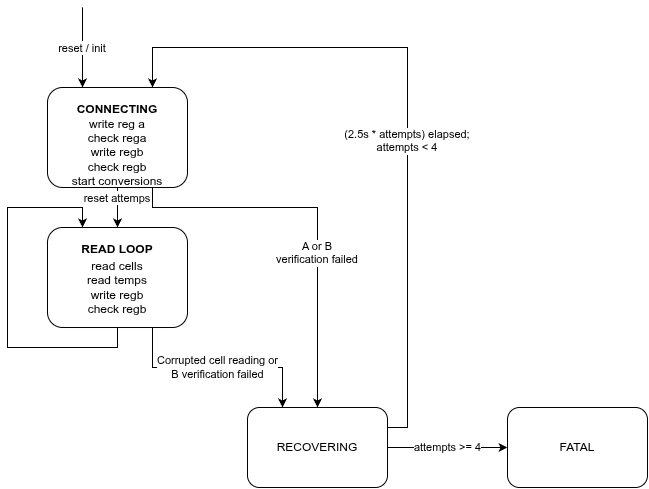
Above: firmware/source/a_box/adbms/ADBMS_FSM.drawio.png in PurdueElectricRacing/monorepo (draw.io), before the change. Source tidied: cells renumbered, new cells last; positions are measured from the earlier drawing's top-left corner, leaving out a move shared by most shapes.
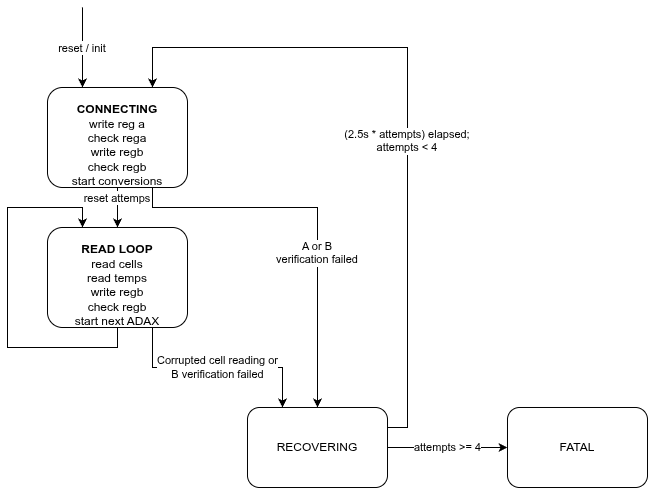
The same diagram one commit later.

Change to the diagram source:
```diff
@@ -48,8 +48,8 @@
     <mxCell id="12" value="&lt;span style=&quot;color: rgb(0, 0, 0);&quot;&gt;Corrupted cell reading or&lt;/span&gt;&lt;div&gt;&lt;span style=&quot;color: rgb(0, 0, 0);&quot;&gt;B verification failed&lt;/span&gt;&lt;/div&gt;" style="edgeStyle=orthogonalEdgeStyle;html=1;exitX=0.75;exitY=1;exitDx=0;exitDy=0;entryX=0.25;entryY=0;entryDx=0;entryDy=0;rounded=0;curved=0;" parent="1" edge="1" source="3" target="5">
       <mxGeometry relative="1" as="geometry" />
     </mxCell>
-    <mxCell id="13" value="&lt;span style=&quot;color: rgb(0, 0, 0);&quot;&gt;read cells&lt;/span&gt;&lt;div&gt;&lt;span style=&quot;color: rgb(0, 0, 0);&quot;&gt;read temps&lt;/span&gt;&lt;/div&gt;&lt;div&gt;&lt;span style=&quot;color: rgb(0, 0, 0);&quot;&gt;write regb&lt;/span&gt;&lt;/div&gt;&lt;div&gt;&lt;span style=&quot;color: rgb(0, 0, 0);&quot;&gt;check regb&lt;/span&gt;&lt;br&gt;&lt;/div&gt;" style="text;html=1;whiteSpace=wrap;strokeColor=none;fillColor=none;align=center;verticalAlign=middle;rounded=0;" parent="1" vertex="1">
-      <mxGeometry x="40" y="250" width="140" height="60" as="geometry" />
+    <mxCell id="13" value="&lt;span style=&quot;&quot;&gt;read cells&lt;/span&gt;&lt;div&gt;&lt;span style=&quot;&quot;&gt;read temps&lt;/span&gt;&lt;/div&gt;&lt;div&gt;&lt;span style=&quot;&quot;&gt;write regb&lt;/span&gt;&lt;/div&gt;&lt;div&gt;&lt;span style=&quot;&quot;&gt;check regb&lt;/span&gt;&lt;br&gt;&lt;/div&gt;&lt;div&gt;start next ADAX&lt;/div&gt;" style="text;html=1;whiteSpace=wrap;strokeColor=none;fillColor=none;align=center;verticalAlign=middle;rounded=0;fontColor=#000000;" parent="1" vertex="1">
+      <mxGeometry x="40" y="250" width="140" height="70" as="geometry" />
     </mxCell>
     <mxCell id="14" style="edgeStyle=orthogonalEdgeStyle;html=1;entryX=0.25;entryY=0;entryDx=0;entryDy=0;rounded=0;curved=0;exitX=0.5;exitY=1;exitDx=0;exitDy=0;innerLoopWaypoints=1;" parent="1" edge="1" source="3" target="3">
       <mxGeometry x="0.07" relative="1" as="geometry">
```
